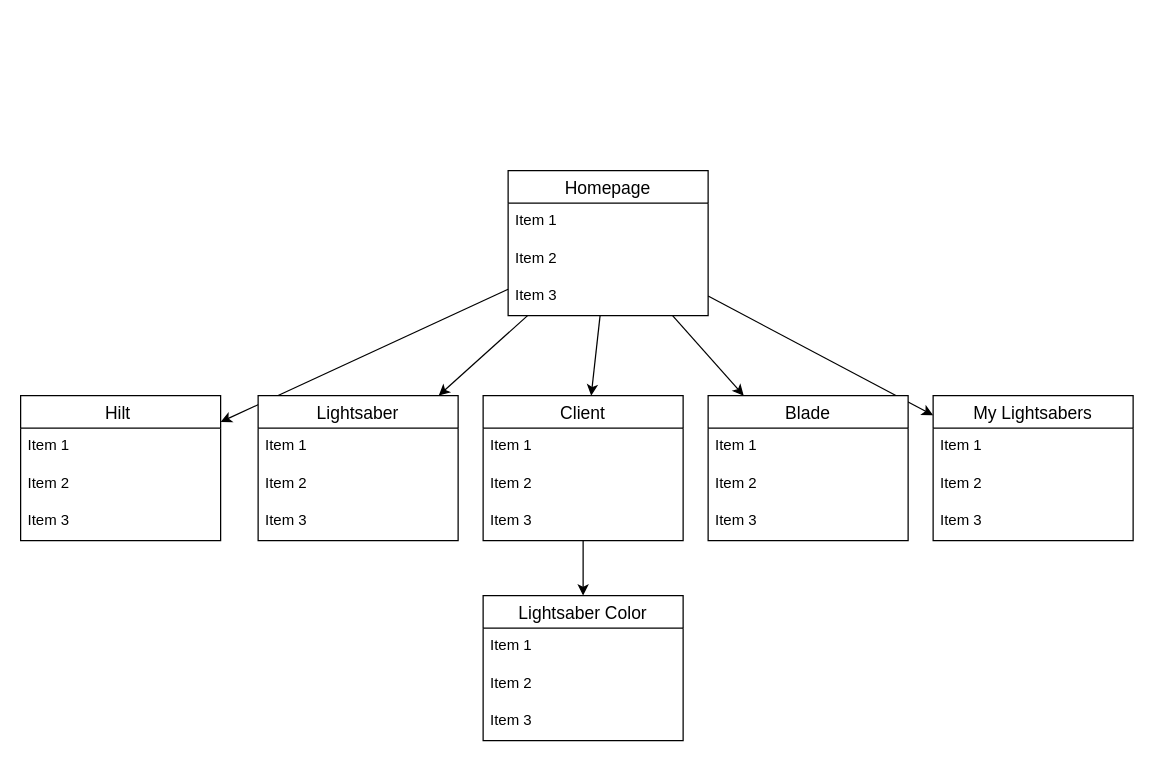
nickwarren47/sinatra-react-project-front-end keeps this draw.io diagram as component_hierarchy.drawio. Above is the earlier version. Source tidied: cells renumbered, new cells numbered last; positions are measured from the earlier drawing's top-left corner, leaving out a move shared by most shapes. Both pictures are drawn from the tidied source at 125%, with x=0, y=0 at pixel (20, 170).
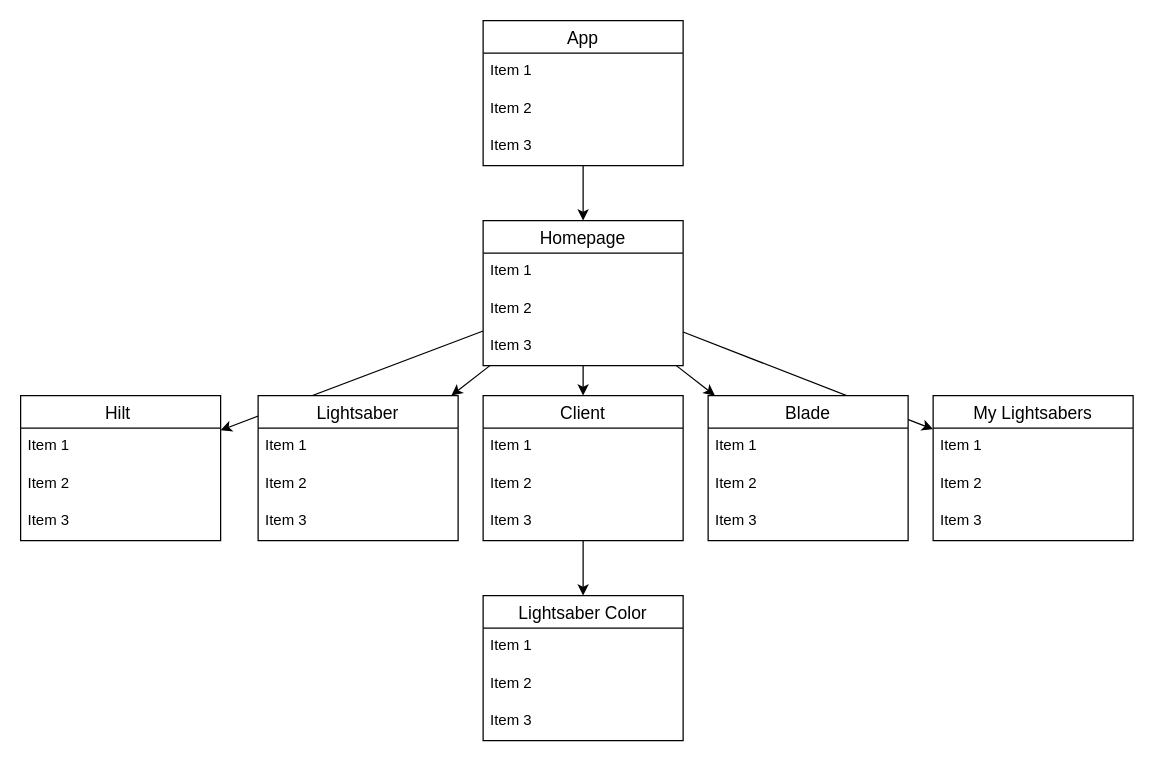
The same diagram, later.

Diff of the diagram source:
```diff
@@
     <mxCell id="7" value="Homepage" style="swimlane;fontStyle=0;horizontal=1;startSize=26;align=center;fontSize=14;" parent="1" vertex="1">
-      <mxGeometry x="390" width="160" height="116" as="geometry" />
+      <mxGeometry x="370" y="40" width="160" height="116" as="geometry" />
     </mxCell>
@@
+    <mxCell id="36" style="edgeStyle=none;html=1;" parent="1" edge="1" source="37">
+      <mxGeometry relative="1" as="geometry">
+        <mxPoint x="450" y="40" as="targetPoint" />
+      </mxGeometry>
+    </mxCell>
+    <mxCell id="37" value="App" style="swimlane;fontStyle=0;horizontal=1;startSize=26;align=center;fontSize=14;" parent="1" vertex="1">
+      <mxGeometry x="370" y="-120" width="160" height="116" as="geometry" />
+    </mxCell>
+    <mxCell id="38" value="Item 1" style="text;strokeColor=none;fillColor=none;spacingLeft=4;spacingRight=4;overflow=hidden;fontSize=12;" parent="37" vertex="1">
+      <mxGeometry y="26" width="160" height="30" as="geometry" />
+    </mxCell>
+    <mxCell id="39" value="Item 2" style="text;strokeColor=none;fillColor=none;spacingLeft=4;spacingRight=4;overflow=hidden;fontSize=12;" parent="37" vertex="1">
+      <mxGeometry y="56" width="160" height="30" as="geometry" />
+    </mxCell>
+    <mxCell id="40" value="Item 3" style="text;strokeColor=none;fillColor=none;spacingLeft=4;spacingRight=4;overflow=hidden;fontSize=12;" parent="37" vertex="1">
+      <mxGeometry y="86" width="160" height="30" as="geometry" />
+    </mxCell>
```
